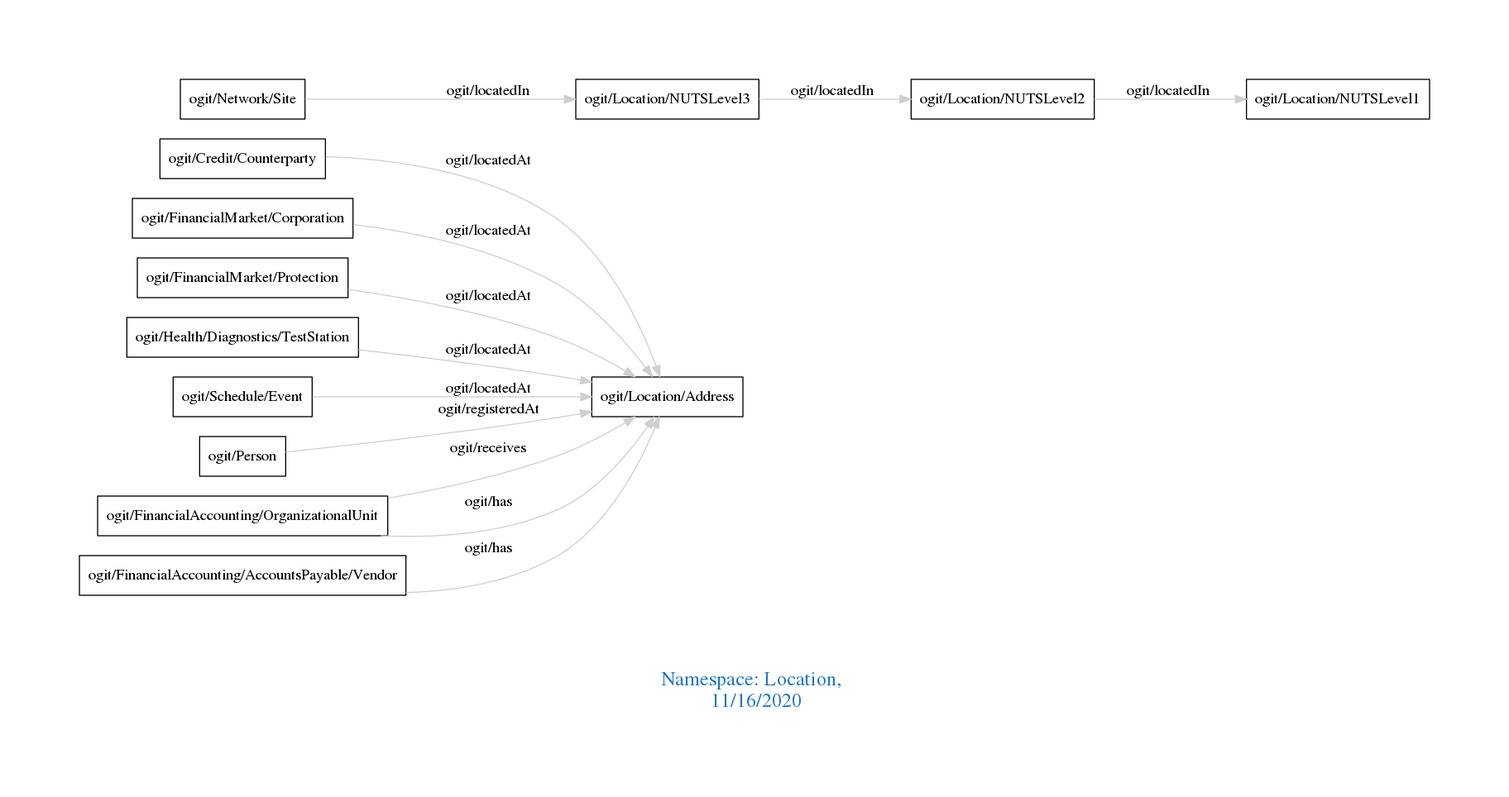
This is downloads/Location.png from arago/OGIT, a Graphviz export, as it was before one commit. Its source is kept beside it as downloads/Location.dot.
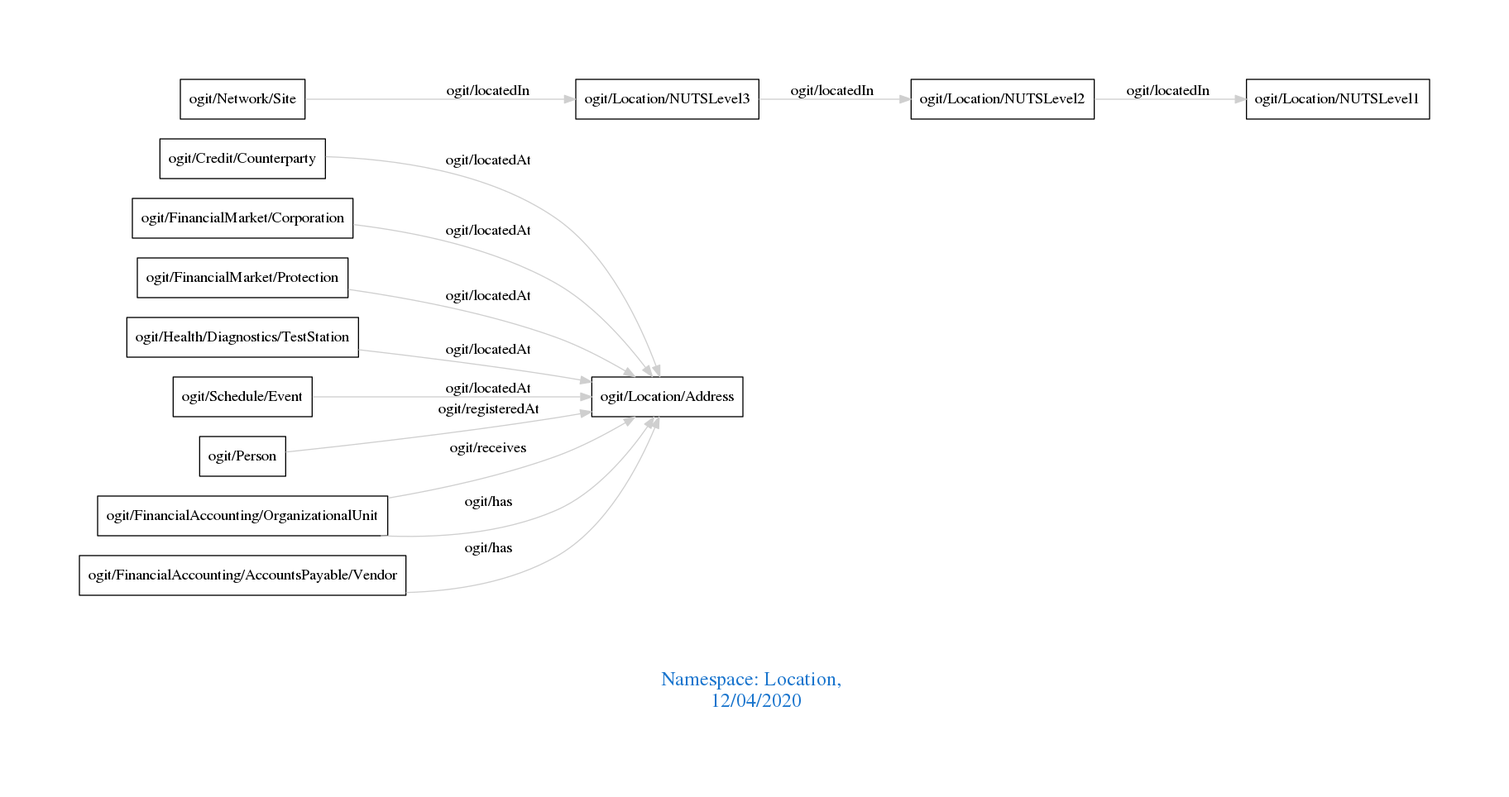
Above is the later version.

What changed in the source:
```diff
@@ -1,7 +1,7 @@
 digraph OGIT_ontology {
  graph [ rankdir= LR,pad=1
 fontsize = 18,
-fontcolor= dodgerblue3,label = "\n\n\nNamespace: Location, \n 11/16/2020"];
+fontcolor= dodgerblue3,label = "\n\n\nNamespace: Location, \n 12/04/2020"];
 node[shape=polygon];
 edge [  color="gray81"];
 
```
